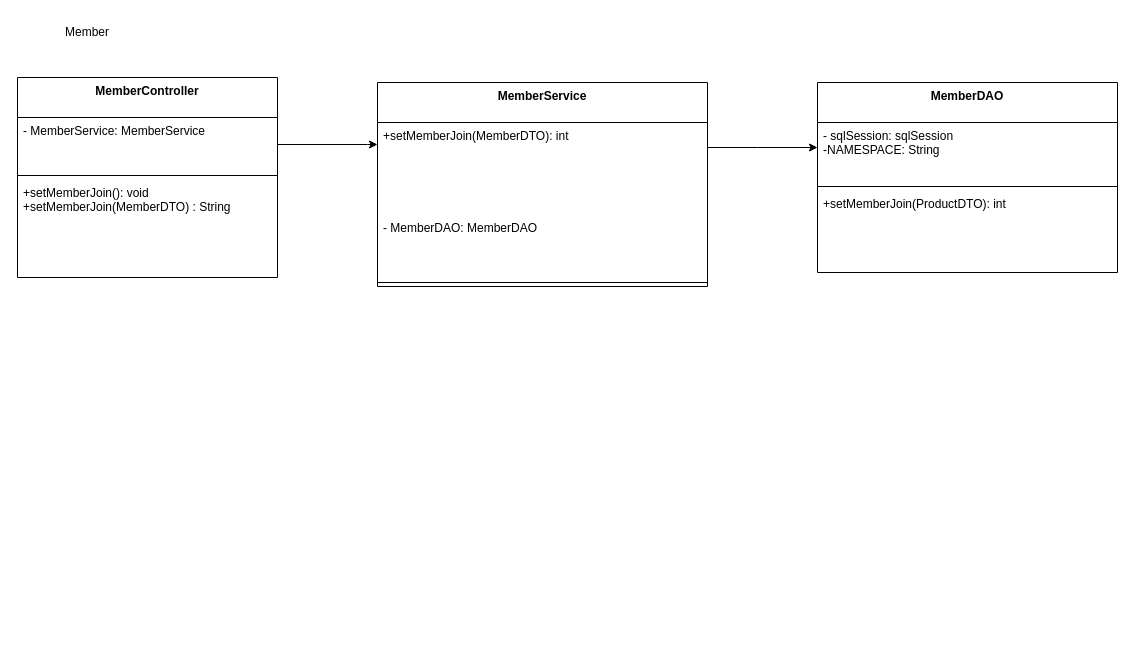
Before: page "페이지-3" (3 of 3) of 제목 없는 다이어그램.drawio in tjrgustn06/GDJ60_Spring, a draw.io diagram. Source tidied: cells renumbered, new cells numbered last; positions are measured from the earlier drawing's top-left corner, leaving out a move shared by most shapes. Both pictures are drawn from the tidied source at 100%, with x=0, y=0 at pixel (17, 17).
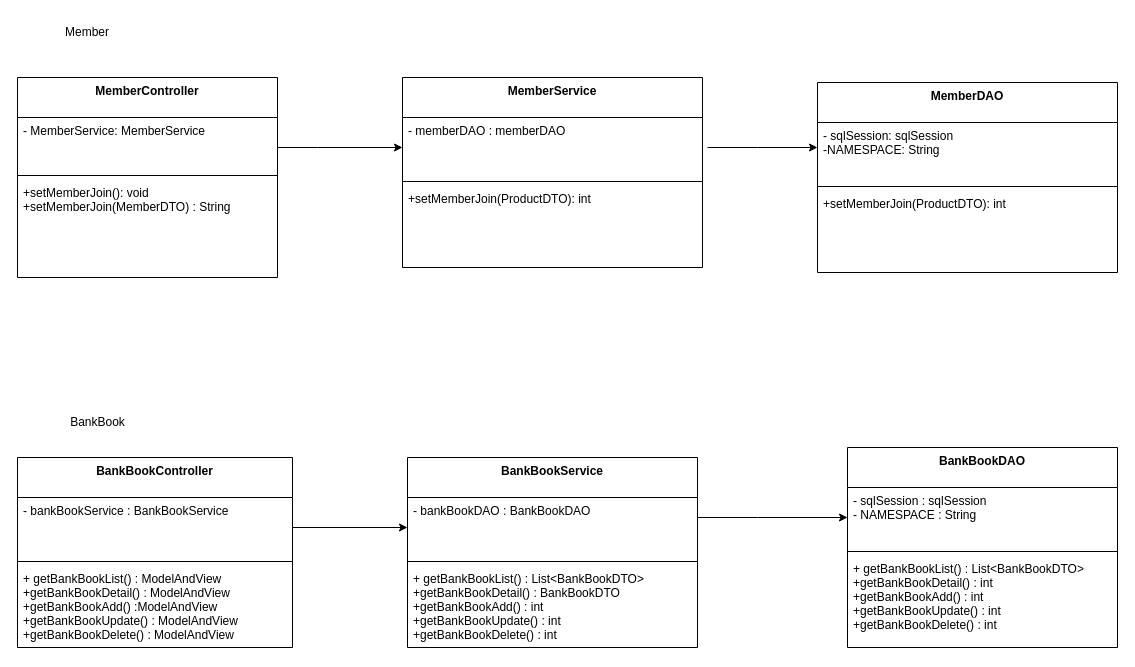
Above is the later version.

Unchanged cells that the change refers to:
```xml
<mxCell id="4" value="- MemberService: MemberService" style="text;strokeColor=none;fillColor=none;align=left;verticalAlign=top;spacingLeft=4;spacingRight=4;overflow=hidden;points=[[0,0.5],[1,0.5]];portConstraint=eastwest;fontSize=12;" parent="3" vertex="1">
  <mxGeometry y="40" width="260" height="54" as="geometry" />
</mxCell>
<mxCell id="12" value="MemberDAO" style="swimlane;fontStyle=1;align=center;verticalAlign=top;horizontal=1;startSize=40;fontSize=12;" parent="1" vertex="1">
  <mxGeometry x="800" y="65" width="300" height="190" as="geometry" />
</mxCell>
```

What changed in the source:
```diff
@@
-    <mxCell id="7" style="edgeStyle=orthogonalEdgeStyle;rounded=0;jettySize=auto;html=1;fontSize=12;" parent="1" edge="1" source="8" target="12">
+    <mxCell id="7" style="edgeStyle=orthogonalEdgeStyle;rounded=0;jettySize=auto;html=1;fontSize=12;" parent="1" edge="1" target="12">
       <mxGeometry relative="1" as="geometry">
+        <mxPoint x="690" y="130" as="sourcePoint" />
         <Array as="points">
           <mxPoint x="740" y="130" />
           <mxPoint x="740" y="130" />
         </Array>
       </mxGeometry>
     </mxCell>
-    <mxCell id="8" value="MemberService" style="swimlane;fontStyle=1;align=center;verticalAlign=top;horizontal=1;startSize=40;fontSize=12;" parent="1" vertex="1">
-      <mxGeometry x="360" y="65" width="330" height="204" as="geometry" />
-    </mxCell>
-    <mxCell id="9" value="+setMemberJoin(MemberDTO): int" style="text;strokeColor=none;fillColor=none;align=left;verticalAlign=top;spacingLeft=4;spacingRight=4;overflow=hidden;fontSize=12;" parent="8" vertex="1">
-      <mxGeometry y="40" width="330" height="92" as="geometry" />
-    </mxCell>
-    <mxCell id="10" value="- MemberDAO: MemberDAO" style="text;strokeColor=none;fillColor=none;align=left;verticalAlign=top;spacingLeft=4;spacingRight=4;overflow=hidden;fontSize=12;" parent="8" vertex="1">
-      <mxGeometry y="132" width="330" height="64" as="geometry" />
-    </mxCell>
-    <mxCell id="11" style="line;strokeWidth=1;fillColor=none;align=left;verticalAlign=middle;spacingTop=-1;spacingLeft=3;spacingRight=3;labelPosition=right;strokeColor=inherit;fontSize=12;" parent="8" vertex="1">
-      <mxGeometry y="196" width="330" height="8" as="geometry" />
-    </mxCell>
@@
-    <mxCell id="16" style="edgeStyle=orthogonalEdgeStyle;rounded=0;jettySize=auto;html=1;fontSize=12;" parent="1" edge="1" source="4" target="8">
-      <mxGeometry relative="1" as="geometry">
-        <Array as="points">
-          <mxPoint x="350" y="127" />
-          <mxPoint x="350" y="127" />
-        </Array>
-      </mxGeometry>
-    </mxCell>
+    <mxCell id="17" value="BankBook" style="text;html=1;align=center;verticalAlign=middle;strokeColor=none;fillColor=none;" parent="1" vertex="1">
+      <mxGeometry x="40" y="390" width="80" height="30" as="geometry" />
+    </mxCell>
+    <mxCell id="18" value="BankBookDAO" style="swimlane;fontStyle=1;align=center;verticalAlign=top;horizontal=1;startSize=40;" parent="1" vertex="1">
+      <mxGeometry x="830" y="430" width="270" height="200" as="geometry" />
+    </mxCell>
+    <mxCell id="19" value="- sqlSession : sqlSession&#10;- NAMESPACE : String" style="text;strokeColor=none;fillColor=none;align=left;verticalAlign=top;spacingLeft=4;spacingRight=4;overflow=hidden;points=[[0,0.5],[1,0.5]];portConstraint=eastwest;" parent="18" vertex="1">
+      <mxGeometry y="40" width="270" height="60" as="geometry" />
+    </mxCell>
+    <mxCell id="20" style="line;strokeWidth=1;fillColor=none;align=left;verticalAlign=middle;spacingTop=-1;spacingLeft=3;spacingRight=3;labelPosition=right;strokeColor=inherit;" parent="18" vertex="1">
+      <mxGeometry y="100" width="270" height="8" as="geometry" />
+    </mxCell>
+    <mxCell id="21" value="+ getBankBookList() : List&lt;BankBookDTO&gt;&#10;+getBankBookDetail() : int&#10;+getBankBookAdd() : int&#10;+getBankBookUpdate() : int&#10;+getBankBookDelete() : int" style="text;strokeColor=none;fillColor=none;align=left;verticalAlign=top;spacingLeft=4;spacingRight=4;overflow=hidden;" parent="18" vertex="1">
+      <mxGeometry y="108" width="270" height="92" as="geometry" />
+    </mxCell>
+    <mxCell id="22" value="BankBookService" style="swimlane;fontStyle=1;align=center;verticalAlign=top;horizontal=1;startSize=40;" parent="1" vertex="1">
+      <mxGeometry x="390" y="440" width="290" height="190" as="geometry" />
+    </mxCell>
+    <mxCell id="23" value="- bankBookDAO : BankBookDAO" style="text;strokeColor=none;fillColor=none;align=left;verticalAlign=top;spacingLeft=4;spacingRight=4;overflow=hidden;points=[[0,0.5],[1,0.5]];portConstraint=eastwest;" parent="22" vertex="1">
+      <mxGeometry y="40" width="290" height="60" as="geometry" />
+    </mxCell>
+    <mxCell id="24" style="line;strokeWidth=1;fillColor=none;align=left;verticalAlign=middle;spacingTop=-1;spacingLeft=3;spacingRight=3;labelPosition=right;strokeColor=inherit;" parent="22" vertex="1">
+      <mxGeometry y="100" width="290" height="8" as="geometry" />
+    </mxCell>
+    <mxCell id="25" value="+ getBankBookList() : List&lt;BankBookDTO&gt;&#10;+getBankBookDetail() : BankBookDTO&#10;+getBankBookAdd() : int&#10;+getBankBookUpdate() : int&#10;+getBankBookDelete() : int" style="text;strokeColor=none;fillColor=none;align=left;verticalAlign=top;spacingLeft=4;spacingRight=4;overflow=hidden;" parent="22" vertex="1">
+      <mxGeometry y="108" width="290" height="82" as="geometry" />
+    </mxCell>
+    <mxCell id="26" value="BankBookController" style="swimlane;fontStyle=1;align=center;verticalAlign=top;horizontal=1;startSize=40;" parent="1" vertex="1">
+      <mxGeometry y="440" width="275" height="190" as="geometry" />
+    </mxCell>
+    <mxCell id="27" value="- bankBookService : BankBookService" style="text;strokeColor=none;fillColor=none;align=left;verticalAlign=top;spacingLeft=4;spacingRight=4;overflow=hidden;points=[[0,0.5],[1,0.5]];portConstraint=eastwest;" parent="26" vertex="1">
+      <mxGeometry y="40" width="275" height="60" as="geometry" />
+    </mxCell>
+    <mxCell id="28" style="line;strokeWidth=1;fillColor=none;align=left;verticalAlign=middle;spacingTop=-1;spacingLeft=3;spacingRight=3;labelPosition=right;strokeColor=inherit;" parent="26" vertex="1">
+      <mxGeometry y="100" width="275" height="8" as="geometry" />
+    </mxCell>
+    <mxCell id="29" value="+ getBankBookList() : ModelAndView&#10;+getBankBookDetail() : ModelAndView&#10;+getBankBookAdd() :ModelAndView&#10;+getBankBookUpdate() : ModelAndView&#10;+getBankBookDelete() : ModelAndView" style="text;strokeColor=none;fillColor=none;align=left;verticalAlign=top;spacingLeft=4;spacingRight=4;overflow=hidden;" parent="26" vertex="1">
+      <mxGeometry y="108" width="275" height="82" as="geometry" />
+    </mxCell>
+    <mxCell id="30" style="edgeStyle=orthogonalEdgeStyle;rounded=0;jettySize=auto;html=1;" parent="1" edge="1" source="23" target="19">
+      <mxGeometry relative="1" as="geometry">
+        <Array as="points">
+          <mxPoint x="740" y="500" />
+          <mxPoint x="740" y="500" />
+        </Array>
+      </mxGeometry>
+    </mxCell>
+    <mxCell id="8" value="MemberService" style="swimlane;fontStyle=1;align=center;verticalAlign=top;horizontal=1;startSize=40;fontSize=12;" parent="1" vertex="1">
+      <mxGeometry x="385" y="60" width="300" height="190" as="geometry" />
+    </mxCell>
+    <mxCell id="31" value="- memberDAO : memberDAO" style="text;strokeColor=none;fillColor=none;align=left;verticalAlign=top;spacingLeft=4;spacingRight=4;overflow=hidden;points=[[0,0.5],[1,0.5]];portConstraint=eastwest;fontSize=12;" parent="8" vertex="1">
+      <mxGeometry y="40" width="300" height="60" as="geometry" />
+    </mxCell>
+    <mxCell id="32" style="line;strokeWidth=1;fillColor=none;align=left;verticalAlign=middle;spacingTop=-1;spacingLeft=3;spacingRight=3;labelPosition=right;strokeColor=inherit;fontSize=12;" parent="8" vertex="1">
+      <mxGeometry y="100" width="300" height="8" as="geometry" />
+    </mxCell>
+    <mxCell id="33" value="+setMemberJoin(ProductDTO): int" style="text;strokeColor=none;fillColor=none;align=left;verticalAlign=top;spacingLeft=4;spacingRight=4;overflow=hidden;fontSize=12;" parent="8" vertex="1">
+      <mxGeometry y="108" width="300" height="82" as="geometry" />
+    </mxCell>
+    <mxCell id="34" style="edgeStyle=orthogonalEdgeStyle;rounded=0;jettySize=auto;html=1;entryX=0;entryY=0.5;entryDx=0;entryDy=0;" parent="1" edge="1" source="4" target="31">
+      <mxGeometry relative="1" as="geometry">
+        <Array as="points">
+          <mxPoint x="300" y="130" />
+          <mxPoint x="300" y="130" />
+        </Array>
+      </mxGeometry>
+    </mxCell>
+    <mxCell id="35" style="edgeStyle=orthogonalEdgeStyle;rounded=0;jettySize=auto;html=1;entryX=0;entryY=0.5;entryDx=0;entryDy=0;" parent="1" edge="1" source="27" target="23">
+      <mxGeometry relative="1" as="geometry" />
+    </mxCell>
```
